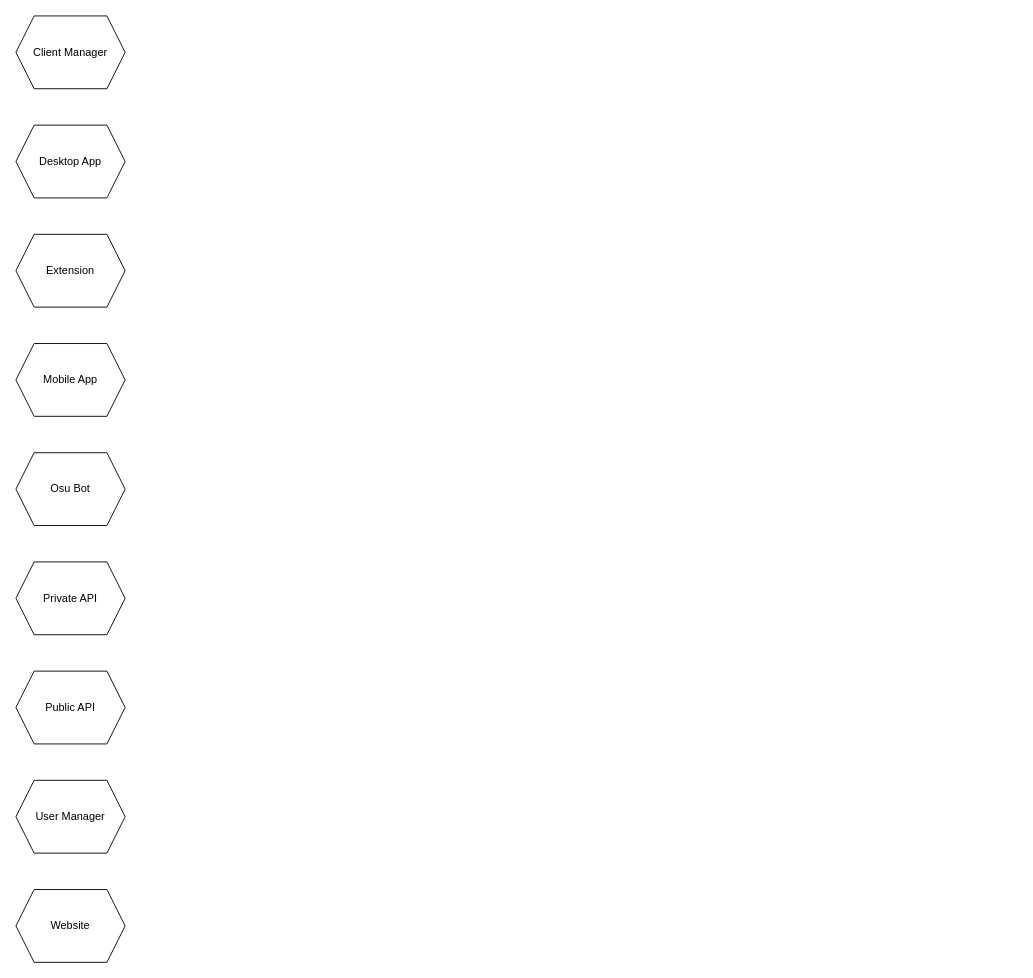
This is page "beatmap_manager" (2 of 11) of BellaFiora.drawio from BellaFiora/BellaFiora, a draw.io file, before an edit. Source tidied: cells renumbered, new cells numbered last; positions are measured from the earlier drawing's top-left corner, leaving out a move shared by most shapes. Both pictures are drawn from the tidied source at 91%, with x=0, y=0 at pixel (15, 15).
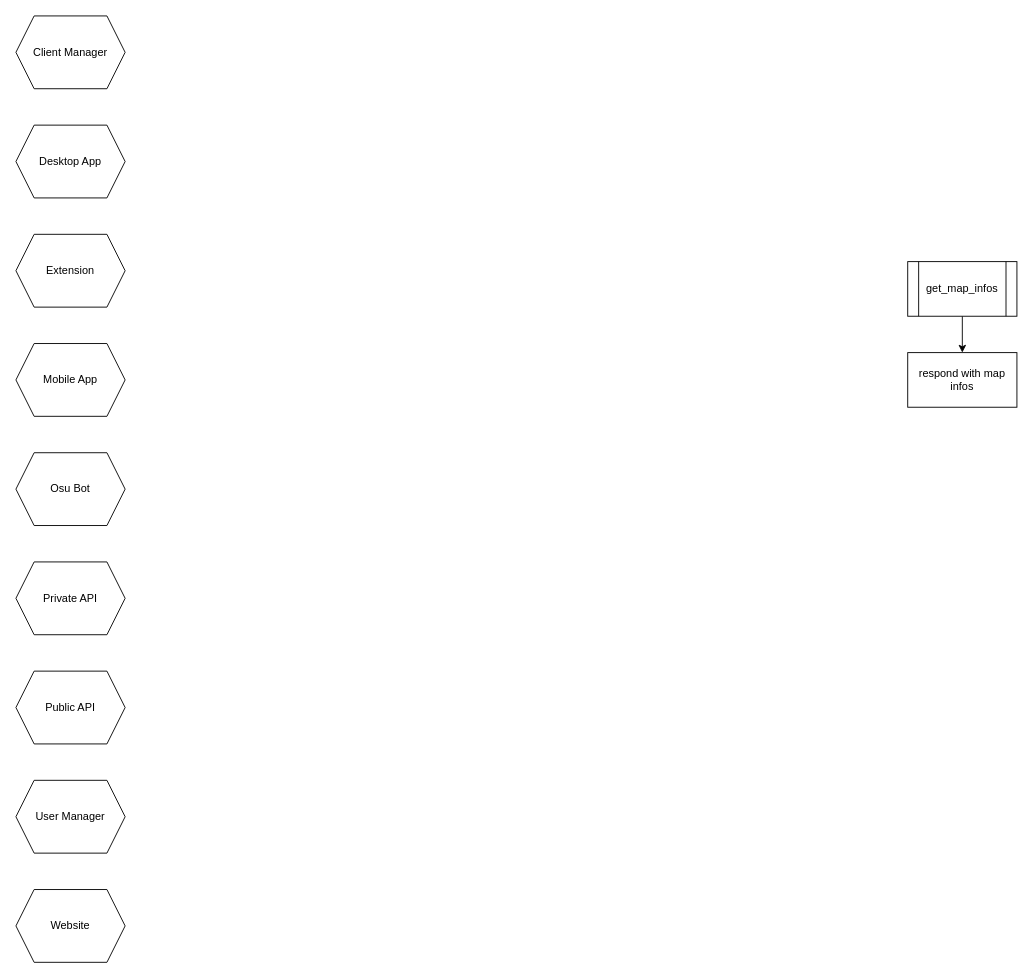
The same diagram, later.

Change to the diagram source:
```diff
@@
 <mxGraphModel>
   <root>
     <mxCell id="0" />
     <mxCell id="1" parent="0" />
     <mxCell id="2" value="Client Manager" style="shape=hexagon;perimeter=hexagonPerimeter2;whiteSpace=wrap;html=1;fixedSize=1;" parent="1" vertex="1">
       <mxGeometry width="120" height="80" as="geometry" />
     </mxCell>
     <mxCell id="3" value="Desktop App" style="shape=hexagon;perimeter=hexagonPerimeter2;whiteSpace=wrap;html=1;fixedSize=1;" parent="1" vertex="1">
       <mxGeometry y="120" width="120" height="80" as="geometry" />
     </mxCell>
     <mxCell id="4" value="Extension" style="shape=hexagon;perimeter=hexagonPerimeter2;whiteSpace=wrap;html=1;fixedSize=1;" parent="1" vertex="1">
       <mxGeometry y="240" width="120" height="80" as="geometry" />
     </mxCell>
     <mxCell id="5" value="Mobile App" style="shape=hexagon;perimeter=hexagonPerimeter2;whiteSpace=wrap;html=1;fixedSize=1;" parent="1" vertex="1">
       <mxGeometry y="360" width="120" height="80" as="geometry" />
     </mxCell>
     <mxCell id="6" value="Osu Bot" style="shape=hexagon;perimeter=hexagonPerimeter2;whiteSpace=wrap;html=1;fixedSize=1;" parent="1" vertex="1">
       <mxGeometry y="480" width="120" height="80" as="geometry" />
     </mxCell>
     <mxCell id="7" value="Private API" style="shape=hexagon;perimeter=hexagonPerimeter2;whiteSpace=wrap;html=1;fixedSize=1;" parent="1" vertex="1">
       <mxGeometry y="600" width="120" height="80" as="geometry" />
     </mxCell>
     <mxCell id="8" value="Public API" style="shape=hexagon;perimeter=hexagonPerimeter2;whiteSpace=wrap;html=1;fixedSize=1;" parent="1" vertex="1">
       <mxGeometry y="720" width="120" height="80" as="geometry" />
     </mxCell>
     <mxCell id="9" value="User Manager" style="shape=hexagon;perimeter=hexagonPerimeter2;whiteSpace=wrap;html=1;fixedSize=1;" parent="1" vertex="1">
       <mxGeometry y="840" width="120" height="80" as="geometry" />
     </mxCell>
     <mxCell id="10" value="Website" style="shape=hexagon;perimeter=hexagonPerimeter2;whiteSpace=wrap;html=1;fixedSize=1;" parent="1" vertex="1">
       <mxGeometry y="960" width="120" height="80" as="geometry" />
     </mxCell>
+    <mxCell id="11" value="respond with map infos" style="rounded=0;whiteSpace=wrap;html=1;" parent="1" vertex="1">
+      <mxGeometry x="980" y="370" width="120" height="60" as="geometry" />
+    </mxCell>
+    <mxCell id="12" style="edgeStyle=orthogonalEdgeStyle;rounded=0;jettySize=auto;html=1;" parent="1" edge="1" source="13" target="11">
+      <mxGeometry relative="1" as="geometry" />
+    </mxCell>
+    <mxCell id="13" value="get_map_infos" style="shape=process;whiteSpace=wrap;html=1;backgroundOutline=1;" parent="1" vertex="1">
+      <mxGeometry x="980" y="270" width="120" height="60" as="geometry" />
+    </mxCell>
   </root>
 </mxGraphModel>
```
